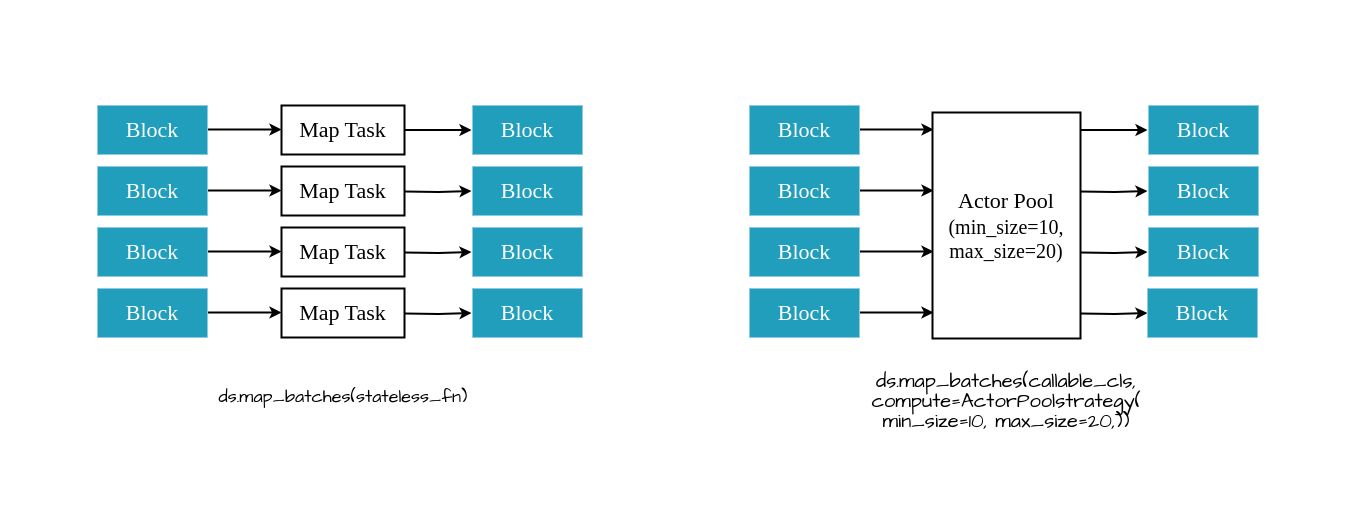
Before: drawio/ch-ray-data/dataset-map.drawio in godaai/scale-py-zh, a draw.io diagram. Source tidied: cells renumbered, new cells numbered last; positions are measured from the earlier drawing's top-left corner, leaving out a move shared by most shapes. Both pictures are drawn from the tidied source at 100%, with x=0, y=0 at pixel (17, 17).
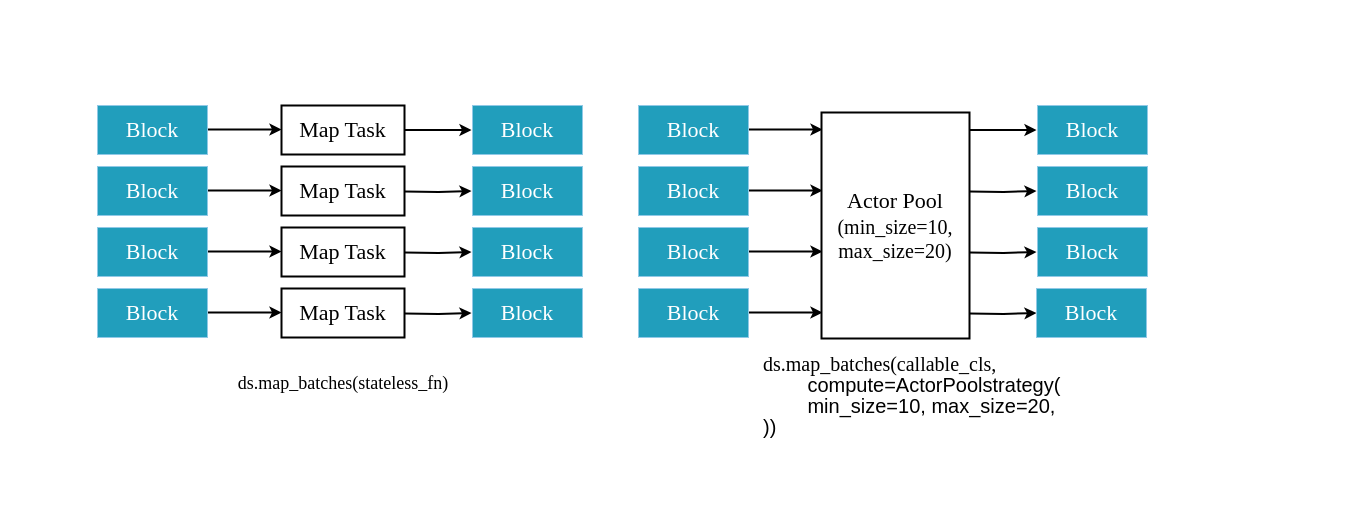
Above is the later version.

Change to the diagram source:
```diff
@@
     <mxCell id="2" style="rounded=0;whiteSpace=wrap;html=1;strokeColor=none;fillColor=none;" parent="1" vertex="1">
-      <mxGeometry width="1333" height="480" as="geometry" />
+      <mxGeometry x="56" y="37" width="1100" height="400" as="geometry" />
     </mxCell>
@@
-    <mxCell id="19" value="&lt;div style=&quot;&quot;&gt;&lt;font style=&quot;font-size: 18px;&quot; face=&quot;Comic Sans MS&quot;&gt;ds.map_batches(stateless_fn)&lt;/font&gt;&lt;br&gt;&lt;/div&gt;" style="text;html=1;strokeColor=none;fillColor=none;align=center;verticalAlign=middle;whiteSpace=wrap;rounded=0;" parent="1" vertex="1">
-      <mxGeometry x="105.5" y="348" width="440" height="62" as="geometry" />
+    <mxCell id="19" value="&lt;div style=&quot;&quot;&gt;&lt;font face=&quot;Garamond&quot; style=&quot;font-size: 18px;&quot;&gt;ds.map_batches(stateless_fn)&lt;/font&gt;&lt;br&gt;&lt;/div&gt;" style="text;html=1;strokeColor=none;fillColor=none;align=center;verticalAlign=middle;whiteSpace=wrap;rounded=0;" parent="1" vertex="1">
+      <mxGeometry x="105.5" y="335" width="440" height="62" as="geometry" />
     </mxCell>
@@
     <mxCell id="24" style="endArrow=classic;html=1;rounded=0;strokeWidth=2;fontSize=22;" parent="1" edge="1">
       <mxGeometry relative="1" as="geometry">
-        <mxPoint x="842" y="112" as="sourcePoint" />
-        <mxPoint x="916" y="112" as="targetPoint" />
+        <mxPoint x="731" y="112" as="sourcePoint" />
+        <mxPoint x="805" y="112" as="targetPoint" />
       </mxGeometry>
     </mxCell>
     <mxCell id="25" style="endArrow=classic;html=1;rounded=0;strokeWidth=2;fontSize=22;" parent="1" edge="1">
       <mxGeometry relative="1" as="geometry">
-        <mxPoint x="842" y="173" as="sourcePoint" />
-        <mxPoint x="916" y="173" as="targetPoint" />
+        <mxPoint x="731" y="173" as="sourcePoint" />
+        <mxPoint x="805" y="173" as="targetPoint" />
       </mxGeometry>
     </mxCell>
     <mxCell id="26" style="endArrow=classic;html=1;rounded=0;strokeWidth=2;fontSize=22;" parent="1" edge="1">
       <mxGeometry relative="1" as="geometry">
-        <mxPoint x="842" y="234" as="sourcePoint" />
-        <mxPoint x="916" y="234" as="targetPoint" />
+        <mxPoint x="731" y="234" as="sourcePoint" />
+        <mxPoint x="805" y="234" as="targetPoint" />
       </mxGeometry>
     </mxCell>
     <mxCell id="27" style="endArrow=classic;html=1;rounded=0;strokeWidth=2;fontSize=22;" parent="1" edge="1">
       <mxGeometry relative="1" as="geometry">
-        <mxPoint x="842" y="295" as="sourcePoint" />
-        <mxPoint x="916" y="295" as="targetPoint" />
+        <mxPoint x="731" y="295" as="sourcePoint" />
+        <mxPoint x="805" y="295" as="targetPoint" />
       </mxGeometry>
     </mxCell>
     <mxCell id="28" style="edgeStyle=orthogonalEdgeStyle;rounded=0;orthogonalLoop=1;jettySize=auto;html=1;strokeWidth=2;fontSize=22;" parent="1" edge="1">
       <mxGeometry relative="1" as="geometry">
-        <mxPoint x="1063" y="112.5" as="sourcePoint" />
-        <mxPoint x="1130" y="112.5" as="targetPoint" />
+        <mxPoint x="952" y="112.5" as="sourcePoint" />
+        <mxPoint x="1019" y="112.5" as="targetPoint" />
       </mxGeometry>
     </mxCell>
     <mxCell id="29" value="&lt;font style=&quot;font-size: 22px;&quot; face=&quot;Times New Roman&quot; color=&quot;#ffffff&quot;&gt;Block&lt;/font&gt;" style="rounded=0;whiteSpace=wrap;html=1;fillColor=#219EBC;strokeColor=#90C9E6;fontSize=22;" parent="1" vertex="1">
-      <mxGeometry x="1131" y="88" width="110" height="49" as="geometry" />
+      <mxGeometry x="1020" y="88" width="110" height="49" as="geometry" />
     </mxCell>
     <mxCell id="30" style="edgeStyle=orthogonalEdgeStyle;rounded=0;orthogonalLoop=1;jettySize=auto;html=1;strokeWidth=2;fontSize=22;" parent="1" edge="1">
       <mxGeometry relative="1" as="geometry">
-        <mxPoint x="1063" y="174" as="sourcePoint" />
-        <mxPoint x="1130" y="173.5" as="targetPoint" />
+        <mxPoint x="952" y="174" as="sourcePoint" />
+        <mxPoint x="1019" y="173.5" as="targetPoint" />
       </mxGeometry>
     </mxCell>
     <mxCell id="31" value="&lt;font style=&quot;font-size: 22px;&quot; face=&quot;Times New Roman&quot; color=&quot;#ffffff&quot;&gt;Block&lt;/font&gt;" style="rounded=0;whiteSpace=wrap;html=1;fillColor=#219EBC;strokeColor=#90C9E6;fontSize=22;" parent="1" vertex="1">
-      <mxGeometry x="1131" y="149" width="110" height="49" as="geometry" />
+      <mxGeometry x="1020" y="149" width="110" height="49" as="geometry" />
     </mxCell>
     <mxCell id="32" style="edgeStyle=orthogonalEdgeStyle;rounded=0;orthogonalLoop=1;jettySize=auto;html=1;strokeWidth=2;fontSize=22;" parent="1" edge="1">
       <mxGeometry relative="1" as="geometry">
-        <mxPoint x="1063" y="235" as="sourcePoint" />
-        <mxPoint x="1130" y="234.5" as="targetPoint" />
+        <mxPoint x="952" y="235" as="sourcePoint" />
+        <mxPoint x="1019" y="234.5" as="targetPoint" />
       </mxGeometry>
     </mxCell>
     <mxCell id="33" value="&lt;font style=&quot;font-size: 22px;&quot; face=&quot;Times New Roman&quot; color=&quot;#ffffff&quot;&gt;Block&lt;/font&gt;" style="rounded=0;whiteSpace=wrap;html=1;fillColor=#219EBC;strokeColor=#90C9E6;fontSize=22;" parent="1" vertex="1">
-      <mxGeometry x="1131" y="210" width="110" height="49" as="geometry" />
+      <mxGeometry x="1020" y="210" width="110" height="49" as="geometry" />
     </mxCell>
     <mxCell id="34" style="edgeStyle=orthogonalEdgeStyle;rounded=0;orthogonalLoop=1;jettySize=auto;html=1;strokeWidth=2;fontSize=22;" parent="1" edge="1">
       <mxGeometry relative="1" as="geometry">
-        <mxPoint x="1063" y="296" as="sourcePoint" />
-        <mxPoint x="1130" y="295.5" as="targetPoint" />
+        <mxPoint x="952" y="296" as="sourcePoint" />
+        <mxPoint x="1019" y="295.5" as="targetPoint" />
       </mxGeometry>
     </mxCell>
     <mxCell id="35" value="&lt;font style=&quot;font-size: 22px;&quot; face=&quot;Times New Roman&quot; color=&quot;#ffffff&quot;&gt;Block&lt;/font&gt;" style="rounded=0;whiteSpace=wrap;html=1;fillColor=#219EBC;strokeColor=#90C9E6;fontSize=22;" parent="1" vertex="1">
-      <mxGeometry x="1130" y="271" width="110" height="49" as="geometry" />
+      <mxGeometry x="1019" y="271" width="110" height="49" as="geometry" />
     </mxCell>
     <mxCell id="36" value="&lt;font style=&quot;font-size: 22px;&quot; face=&quot;Times New Roman&quot; color=&quot;#ffffff&quot;&gt;Block&lt;/font&gt;" style="rounded=0;whiteSpace=wrap;html=1;fillColor=#219EBC;strokeColor=#90C9E6;fontSize=22;" parent="1" vertex="1">
-      <mxGeometry x="732" y="88" width="110" height="49" as="geometry" />
+      <mxGeometry x="621" y="88" width="110" height="49" as="geometry" />
     </mxCell>
     <mxCell id="37" value="&lt;font style=&quot;font-size: 22px;&quot; face=&quot;Times New Roman&quot; color=&quot;#ffffff&quot;&gt;Block&lt;/font&gt;" style="rounded=0;whiteSpace=wrap;html=1;fillColor=#219EBC;strokeColor=#90C9E6;fontSize=22;" parent="1" vertex="1">
-      <mxGeometry x="732" y="149" width="110" height="49" as="geometry" />
+      <mxGeometry x="621" y="149" width="110" height="49" as="geometry" />
     </mxCell>
     <mxCell id="38" value="&lt;font style=&quot;font-size: 22px;&quot; face=&quot;Times New Roman&quot; color=&quot;#ffffff&quot;&gt;Block&lt;/font&gt;" style="rounded=0;whiteSpace=wrap;html=1;fillColor=#219EBC;strokeColor=#90C9E6;fontSize=22;" parent="1" vertex="1">
-      <mxGeometry x="732" y="210" width="110" height="49" as="geometry" />
+      <mxGeometry x="621" y="210" width="110" height="49" as="geometry" />
     </mxCell>
     <mxCell id="39" value="&lt;font style=&quot;font-size: 22px;&quot; face=&quot;Times New Roman&quot; color=&quot;#ffffff&quot;&gt;Block&lt;/font&gt;" style="rounded=0;whiteSpace=wrap;html=1;fillColor=#219EBC;strokeColor=#90C9E6;fontSize=22;" parent="1" vertex="1">
-      <mxGeometry x="732" y="271" width="110" height="49" as="geometry" />
+      <mxGeometry x="621" y="271" width="110" height="49" as="geometry" />
     </mxCell>
     <mxCell id="40" value="&lt;font style=&quot;&quot; face=&quot;Times New Roman&quot;&gt;&lt;font style=&quot;font-size: 22px;&quot;&gt;Actor Pool&lt;/font&gt;&lt;br&gt;&lt;span style=&quot;font-size: 20px;&quot;&gt;(min_size=10,&lt;/span&gt;&lt;br&gt;&lt;span style=&quot;font-size: 20px;&quot;&gt;max_size=20)&lt;/span&gt;&lt;/font&gt;" style="rounded=0;whiteSpace=wrap;html=1;strokeWidth=2;" parent="1" vertex="1">
-      <mxGeometry x="915" y="95" width="148" height="226" as="geometry" />
+      <mxGeometry x="804" y="95" width="148" height="226" as="geometry" />
     </mxCell>
-    <mxCell id="41" value="&lt;div style=&quot;line-height: 150%;&quot;&gt;&lt;font style=&quot;font-size: 20px;&quot; face=&quot;Comic Sans MS&quot;&gt;ds.map_batches(callable_cls,&lt;/font&gt;&lt;/div&gt;&lt;div style=&quot;line-height: 150%;&quot;&gt;&lt;font style=&quot;font-size: 20px;&quot; face=&quot;Comic Sans MS&quot;&gt;compute=ActorPoolstrategy(&lt;/font&gt;&lt;/div&gt;&lt;div style=&quot;line-height: 150%;&quot;&gt;&lt;font style=&quot;font-size: 20px;&quot; face=&quot;Comic Sans MS&quot;&gt;min_size=10,&amp;nbsp;&lt;/font&gt;&lt;span style=&quot;font-size: 20px; font-family: &amp;quot;Comic Sans MS&amp;quot;; background-color: initial;&quot;&gt;max_size=20,))&lt;/span&gt;&lt;/div&gt;" style="text;html=1;strokeColor=none;fillColor=none;align=center;verticalAlign=middle;whiteSpace=wrap;rounded=0;" parent="1" vertex="1">
-      <mxGeometry x="738" y="353" width="502" height="62" as="geometry" />
+    <mxCell id="41" value="&lt;div style=&quot;line-height: 150%;&quot;&gt;&lt;font face=&quot;Garamond&quot; style=&quot;font-size: 20px;&quot;&gt;ds.map_batches(callable_cls,&lt;/font&gt;&lt;/div&gt;&lt;div style=&quot;line-height: 150%;&quot;&gt;&lt;font face=&quot;CBtHSHWBiKrxu24KOkFM&quot; style=&quot;font-size: 20px;&quot;&gt;&lt;span style=&quot;white-space: pre;&quot;&gt;&#9;&lt;/span&gt;compute=ActorPoolstrategy(&lt;/font&gt;&lt;/div&gt;&lt;div style=&quot;line-height: 150%;&quot;&gt;&lt;font face=&quot;CBtHSHWBiKrxu24KOkFM&quot;&gt;&lt;font style=&quot;font-size: 20px;&quot;&gt;&lt;span style=&quot;white-space: pre;&quot;&gt;&#9;&lt;/span&gt;min_size=10,&amp;nbsp;&lt;/font&gt;&lt;span style=&quot;font-size: 20px; background-color: initial;&quot;&gt;max_size=20,&lt;/span&gt;&lt;/font&gt;&lt;/div&gt;&lt;div style=&quot;line-height: 150%;&quot;&gt;&lt;font face=&quot;CBtHSHWBiKrxu24KOkFM&quot;&gt;&lt;span style=&quot;font-size: 20px; background-color: initial;&quot;&gt;))&lt;/span&gt;&lt;/font&gt;&lt;/div&gt;" style="text;html=1;strokeColor=none;fillColor=none;align=left;verticalAlign=middle;whiteSpace=wrap;rounded=0;" parent="1" vertex="1">
+      <mxGeometry x="744" y="339" width="325" height="80" as="geometry" />
     </mxCell>
```
